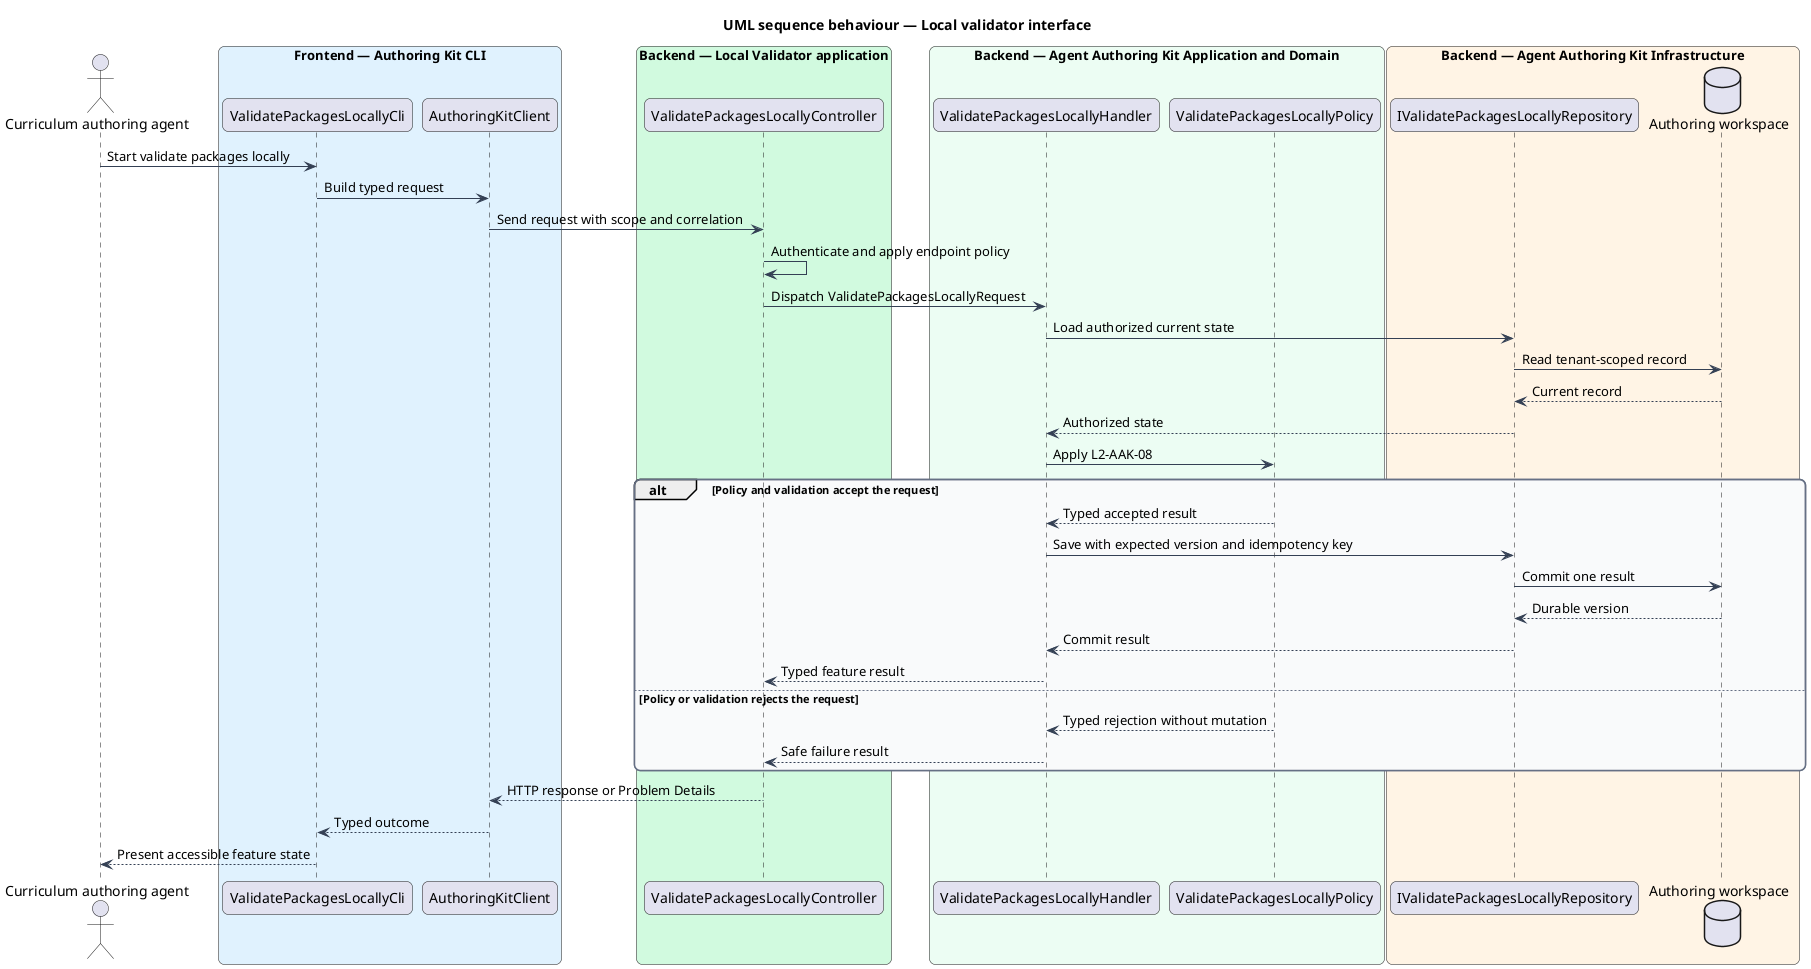
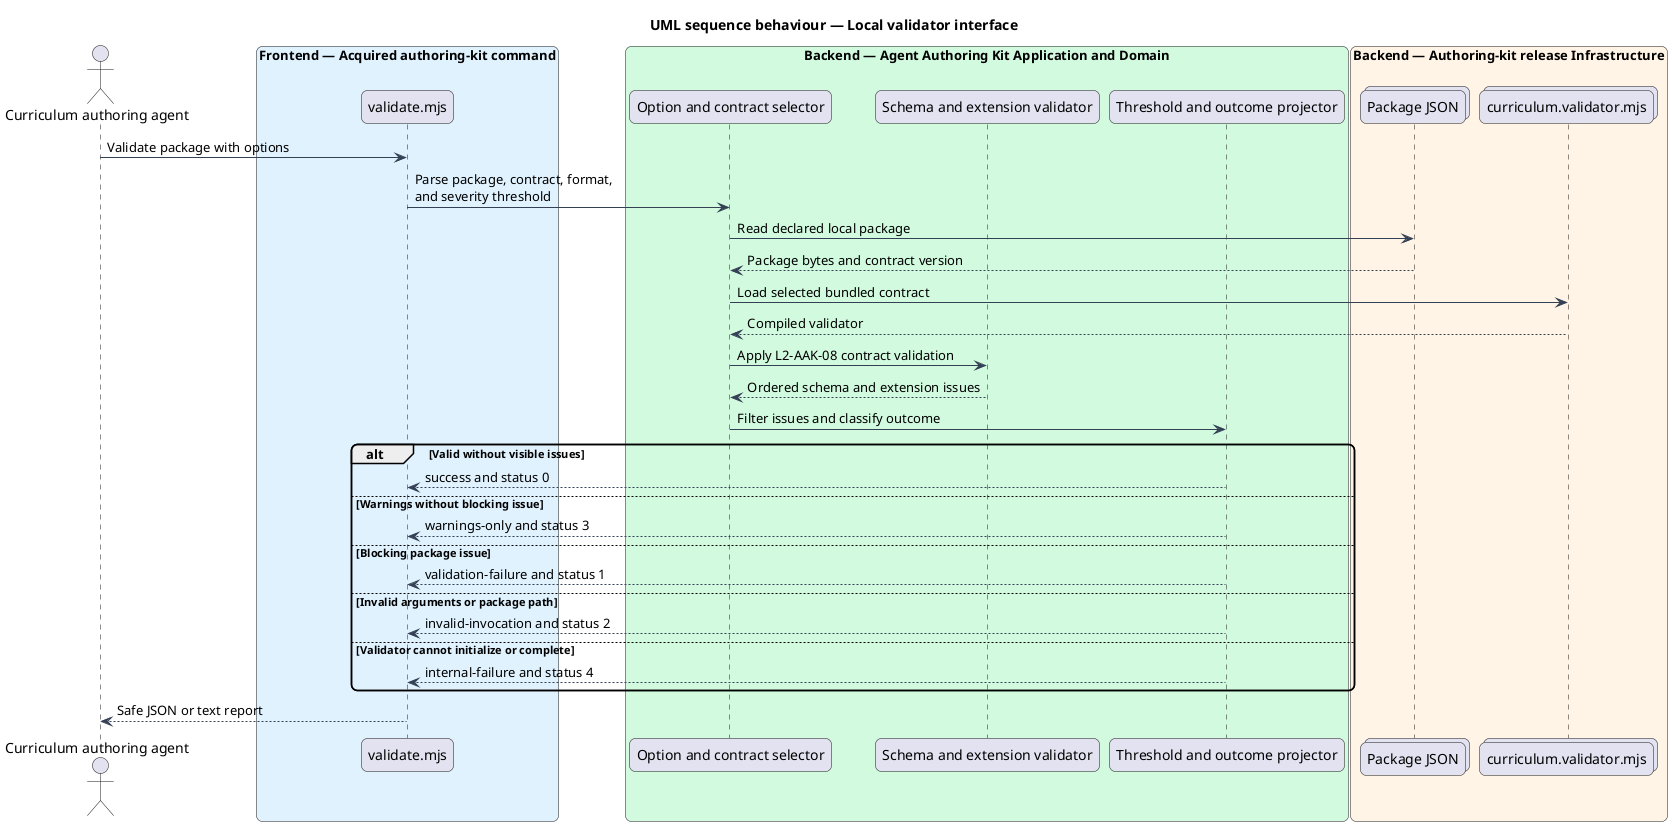
@startuml
title UML sequence behaviour — Local validator interface
skinparam backgroundColor #FFFFFF
skinparam shadowing false
skinparam roundcorner 12
skinparam defaultFontName Arial
skinparam ArrowColor #344054
skinparam rectangle {
  BorderColor #344054
  FontColor #101828
}
- skinparam package {
-   BorderColor #667085
-   FontColor #101828
-   BackgroundColor #F9FAFB
- }
- actor "Curriculum authoring agent" as actor
- box "Frontend — Authoring Kit CLI" #E0F2FE
-   participant "ValidatePackagesLocallyCli" as entry
-   participant "AuthoringKitClient" as client
+ actor "Curriculum authoring agent" as agent
+ box "Frontend — Acquired authoring-kit command" #E0F2FE
+   participant "validate.mjs" as command
end box
- box "Backend — Local Validator application" #D1FADF
-   participant "ValidatePackagesLocallyController" as controller
+ box "Backend — Agent Authoring Kit Application and Domain" #D1FADF
+   participant "Option and contract selector" as selector
+   participant "Schema and extension validator" as validator
+   participant "Threshold and outcome projector" as projector
end box
- box "Backend — Agent Authoring Kit Application and Domain" #ECFDF3
-   participant "ValidatePackagesLocallyHandler" as handler
-   participant "ValidatePackagesLocallyPolicy" as policy
+ box "Backend — Authoring-kit release Infrastructure" #FFF4E5
+   collections "Package JSON" as package
+   collections "curriculum.validator.mjs" as schema
end box
- box "Backend — Agent Authoring Kit Infrastructure" #FFF4E5
-   participant "IValidatePackagesLocallyRepository" as repository
-   database "Authoring workspace" as store
- end box
- actor -> entry : Start validate packages locally
- entry -> client : Build typed request
- client -> controller : Send request with scope and correlation
- controller -> controller : Authenticate and apply endpoint policy
- controller -> handler : Dispatch ValidatePackagesLocallyRequest
- handler -> repository : Load authorized current state
- repository -> store : Read tenant-scoped record
- store --> repository : Current record
- repository --> handler : Authorized state
- handler -> policy : Apply L2-AAK-08
- alt Policy and validation accept the request
-   policy --> handler : Typed accepted result
-   handler -> repository : Save with expected version and idempotency key
-   repository -> store : Commit one result
-   store --> repository : Durable version
-   repository --> handler : Commit result
-   handler --> controller : Typed feature result
- else Policy or validation rejects the request
-   policy --> handler : Typed rejection without mutation
-   handler --> controller : Safe failure result
+ 
+ agent -> command : Validate package with options
+ command -> selector : Parse package, contract, format,\nand severity threshold
+ selector -> package : Read declared local package
+ package --> selector : Package bytes and contract version
+ selector -> schema : Load selected bundled contract
+ schema --> selector : Compiled validator
+ selector -> validator : Apply L2-AAK-08 contract validation
+ validator --> selector : Ordered schema and extension issues
+ selector -> projector : Filter issues and classify outcome
+ alt Valid without visible issues
+   projector --> command : success and status 0
+ else Warnings without blocking issue
+   projector --> command : warnings-only and status 3
+ else Blocking package issue
+   projector --> command : validation-failure and status 1
+ else Invalid arguments or package path
+   projector --> command : invalid-invocation and status 2
+ else Validator cannot initialize or complete
+   projector --> command : internal-failure and status 4
end
- controller --> client : HTTP response or Problem Details
- client --> entry : Typed outcome
- entry --> actor : Present accessible feature state
+ command --> agent : Safe JSON or text report
@enduml
